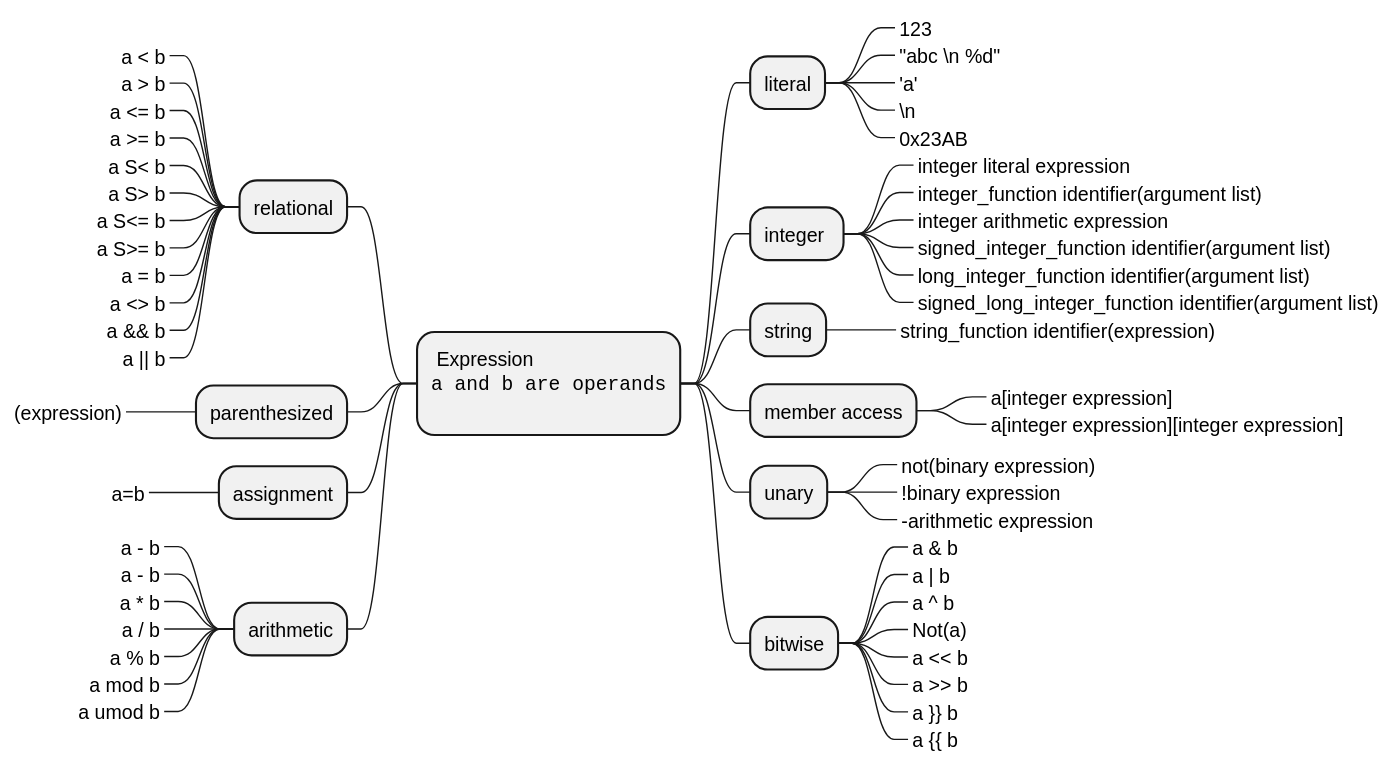
This is csharp-syntax-mindmap/expressions.svg from alvaroyurrita/vscode-crestron-splus, a PlantUML export, as it was before one commit.
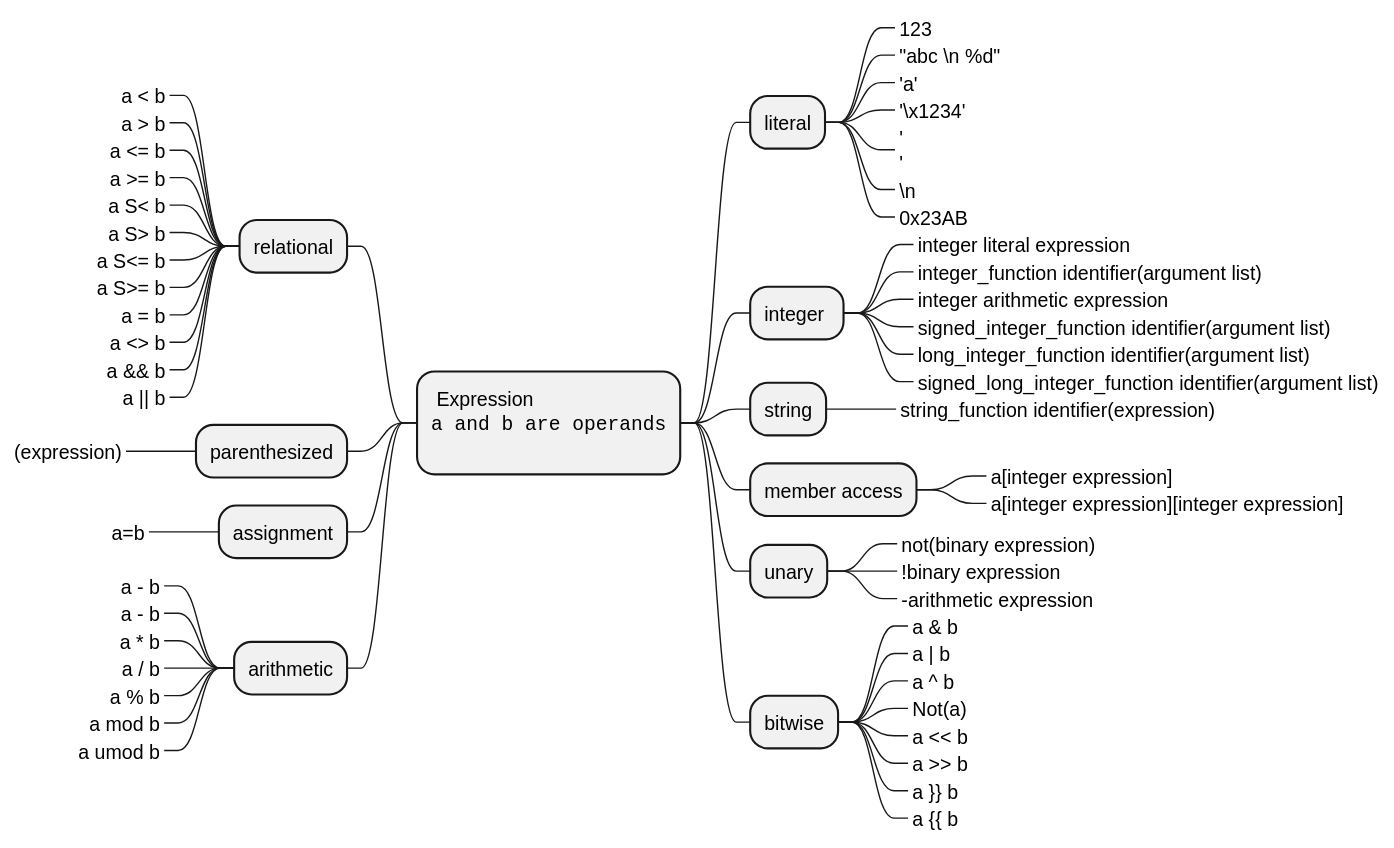
The same diagram one commit later.

The edit, as a diff of the source:
```diff
@@ -8,6 +8,8 @@
 +++_ 123
 +++_ "abc \\n %d"
 +++_ 'a'
++++_ '\x1234'
++++_ '\n'
 +++_ \\n
 +++_ 0x23AB
 ++ integer
```
